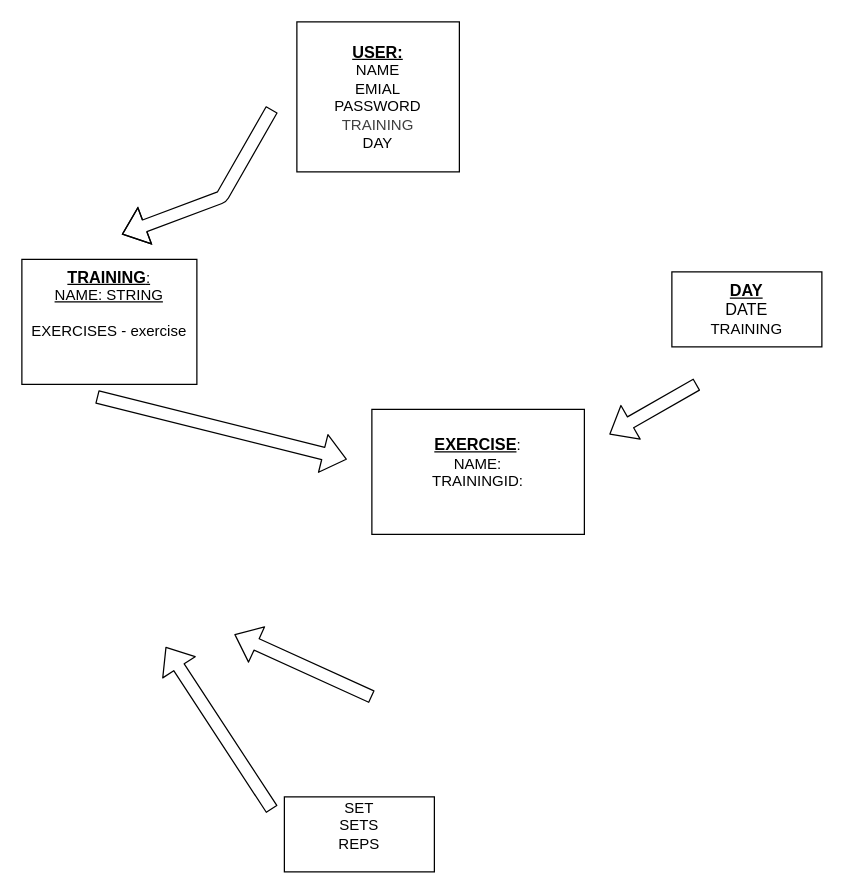
Before: db.drawio in Jaro111/gym_tracker_BE, a draw.io diagram. Source tidied: cells renumbered, new cells numbered last; positions are measured from the earlier drawing's top-left corner, leaving out a move shared by most shapes. Both pictures are drawn from the tidied source at 125%, with x=0, y=0 at pixel (21, 21).
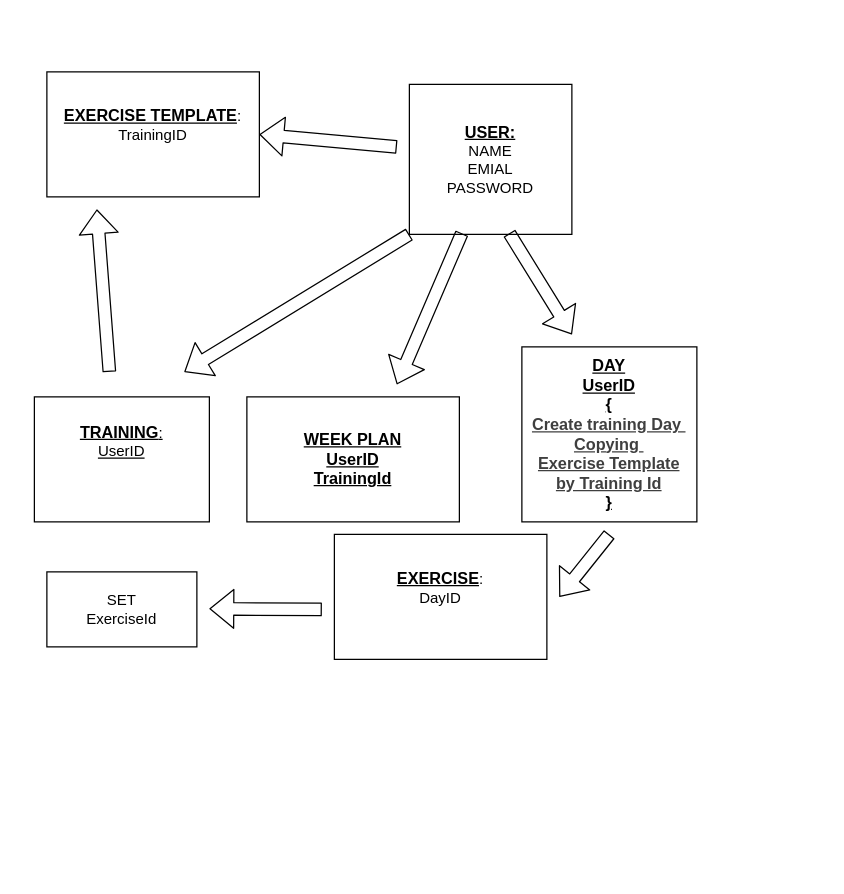
After the change.

Change to the diagram source:
```diff
@@
-    <mxCell id="2" value="&lt;u&gt;&lt;b&gt;&lt;font style=&quot;font-size: 13px;&quot;&gt;TRAINING&lt;/font&gt;&lt;/b&gt;:&lt;/u&gt;&lt;div&gt;&lt;u&gt;NAME: STRING&lt;/u&gt;&lt;/div&gt;&lt;div&gt;&lt;u&gt;&lt;br&gt;&lt;/u&gt;&lt;div&gt;EXERCISES - exercise&lt;/div&gt;&lt;div&gt;&lt;br&gt;&lt;/div&gt;&lt;div&gt;&lt;br&gt;&lt;/div&gt;&lt;/div&gt;" style="rounded=0;whiteSpace=wrap;html=1;" parent="1" vertex="1">
-      <mxGeometry y="190" width="140" height="100" as="geometry" />
+    <mxCell id="2" value="&lt;u&gt;&lt;b&gt;&lt;font style=&quot;font-size: 13px;&quot;&gt;TRAINING&lt;/font&gt;&lt;/b&gt;:&lt;/u&gt;&lt;div&gt;&lt;u&gt;UserID&lt;/u&gt;&lt;/div&gt;&lt;div&gt;&lt;div&gt;&lt;br&gt;&lt;/div&gt;&lt;div&gt;&lt;br&gt;&lt;/div&gt;&lt;/div&gt;" style="rounded=0;whiteSpace=wrap;html=1;" parent="1" vertex="1">
+      <mxGeometry x="10" y="300" width="140" height="100" as="geometry" />
     </mxCell>
-    <mxCell id="3" value="&lt;b&gt;&lt;u&gt;&lt;font style=&quot;font-size: 13px;&quot;&gt;DAY&lt;/font&gt;&lt;/u&gt;&lt;/b&gt;&lt;div&gt;&lt;span style=&quot;font-size: 13px;&quot;&gt;DATE&lt;br&gt;&lt;/span&gt;&lt;div&gt;&lt;font&gt;TRAINING&lt;/font&gt;&lt;/div&gt;&lt;/div&gt;" style="rounded=0;whiteSpace=wrap;html=1;" parent="1" vertex="1">
-      <mxGeometry x="520" y="200" width="120" height="60" as="geometry" />
+    <mxCell id="3" value="&lt;span style=&quot;font-size: 13px;&quot;&gt;&lt;b&gt;&lt;u&gt;DAY&lt;/u&gt;&lt;/b&gt;&lt;/span&gt;&lt;div&gt;&lt;span style=&quot;font-size: 13px;&quot;&gt;&lt;b&gt;&lt;u&gt;UserID&lt;/u&gt;&lt;/b&gt;&lt;/span&gt;&lt;/div&gt;&lt;div&gt;&lt;span style=&quot;font-size: 13px;&quot;&gt;&lt;b&gt;&lt;u&gt;{&lt;/u&gt;&lt;/b&gt;&lt;/span&gt;&lt;/div&gt;&lt;div&gt;&lt;div style=&quot;color: rgb(63, 63, 63); scrollbar-color: rgb(226, 226, 226) rgb(251, 251, 251);&quot;&gt;&lt;span style=&quot;color: rgb(63, 63, 63); scrollbar-color: rgb(226, 226, 226) rgb(251, 251, 251); font-size: 13px;&quot;&gt;&lt;b style=&quot;color: rgb(63, 63, 63); scrollbar-color: rgb(226, 226, 226) rgb(251, 251, 251);&quot;&gt;&lt;u style=&quot;color: rgb(63, 63, 63); scrollbar-color: rgb(226, 226, 226) rgb(251, 251, 251);&quot;&gt;Create training Day&amp;nbsp;&lt;/u&gt;&lt;/b&gt;&lt;/span&gt;&lt;/div&gt;&lt;div style=&quot;color: rgb(63, 63, 63); scrollbar-color: rgb(226, 226, 226) rgb(251, 251, 251);&quot;&gt;&lt;span style=&quot;color: rgb(63, 63, 63); scrollbar-color: rgb(226, 226, 226) rgb(251, 251, 251); font-size: 13px;&quot;&gt;&lt;b style=&quot;color: rgb(63, 63, 63); scrollbar-color: rgb(226, 226, 226) rgb(251, 251, 251);&quot;&gt;&lt;u style=&quot;color: rgb(63, 63, 63); scrollbar-color: rgb(226, 226, 226) rgb(251, 251, 251);&quot;&gt;Copying&amp;nbsp;&lt;/u&gt;&lt;/b&gt;&lt;/span&gt;&lt;/div&gt;&lt;div style=&quot;color: rgb(63, 63, 63); scrollbar-color: rgb(226, 226, 226) rgb(251, 251, 251);&quot;&gt;&lt;span style=&quot;color: rgb(63, 63, 63); scrollbar-color: rgb(226, 226, 226) rgb(251, 251, 251); font-size: 13px;&quot;&gt;&lt;b style=&quot;color: rgb(63, 63, 63); scrollbar-color: rgb(226, 226, 226) rgb(251, 251, 251);&quot;&gt;&lt;u style=&quot;color: rgb(63, 63, 63); scrollbar-color: rgb(226, 226, 226) rgb(251, 251, 251);&quot;&gt;Exercise Template&lt;/u&gt;&lt;/b&gt;&lt;/span&gt;&lt;/div&gt;&lt;div style=&quot;color: rgb(63, 63, 63); scrollbar-color: rgb(226, 226, 226) rgb(251, 251, 251);&quot;&gt;&lt;span style=&quot;color: rgb(63, 63, 63); scrollbar-color: rgb(226, 226, 226) rgb(251, 251, 251); font-size: 13px;&quot;&gt;&lt;b style=&quot;color: rgb(63, 63, 63); scrollbar-color: rgb(226, 226, 226) rgb(251, 251, 251);&quot;&gt;&lt;u style=&quot;color: rgb(63, 63, 63); scrollbar-color: rgb(226, 226, 226) rgb(251, 251, 251);&quot;&gt;by Training Id&lt;/u&gt;&lt;/b&gt;&lt;/span&gt;&lt;/div&gt;&lt;/div&gt;&lt;div&gt;&lt;span style=&quot;font-size: 13px;&quot;&gt;&lt;b&gt;&lt;u&gt;}&lt;/u&gt;&lt;/b&gt;&lt;/span&gt;&lt;/div&gt;" style="rounded=0;whiteSpace=wrap;html=1;" parent="1" vertex="1">
+      <mxGeometry x="400" y="260" width="140" height="140" as="geometry" />
     </mxCell>
-    <mxCell id="4" value="&lt;font style=&quot;font-size: 13px;&quot;&gt;&lt;b&gt;&lt;u&gt;EXERCISE&lt;/u&gt;&lt;/b&gt;&lt;/font&gt;:&lt;div&gt;&lt;span style=&quot;background-color: transparent;&quot;&gt;NAME:&lt;/span&gt;&lt;/div&gt;&lt;div&gt;&lt;span style=&quot;background-color: transparent;&quot;&gt;TRAININGID:&lt;/span&gt;&lt;/div&gt;&lt;div&gt;&lt;span style=&quot;background-color: transparent;&quot;&gt;&lt;br&gt;&lt;/span&gt;&lt;/div&gt;" style="rounded=0;whiteSpace=wrap;html=1;" parent="1" vertex="1">
-      <mxGeometry x="280" y="310" width="170" height="100" as="geometry" />
+    <mxCell id="4" value="&lt;font style=&quot;font-size: 13px;&quot;&gt;&lt;b&gt;&lt;u&gt;EXERCISE&lt;/u&gt;&lt;/b&gt;&lt;/font&gt;:&lt;div&gt;DayID&lt;/div&gt;&lt;div&gt;&lt;span style=&quot;background-color: transparent;&quot;&gt;&lt;br&gt;&lt;/span&gt;&lt;/div&gt;" style="rounded=0;whiteSpace=wrap;html=1;" parent="1" vertex="1">
+      <mxGeometry x="250" y="410" width="170" height="100" as="geometry" />
     </mxCell>
-    <mxCell id="5" value="&lt;b&gt;&lt;u&gt;&lt;font style=&quot;font-size: 13px;&quot;&gt;USER:&lt;/font&gt;&lt;/u&gt;&lt;/b&gt;&lt;div&gt;NAME&lt;/div&gt;&lt;div&gt;EMIAL&lt;/div&gt;&lt;div&gt;PASSWORD&lt;/div&gt;&lt;div&gt;&lt;span style=&quot;color: rgb(63, 63, 63);&quot;&gt;TRAINING&lt;/span&gt;&lt;/div&gt;&lt;div&gt;DAY&lt;/div&gt;" style="rounded=0;whiteSpace=wrap;html=1;" parent="1" vertex="1">
-      <mxGeometry x="220" width="130" height="120" as="geometry" />
+    <mxCell id="5" value="&lt;b&gt;&lt;u&gt;&lt;font style=&quot;font-size: 13px;&quot;&gt;USER:&lt;/font&gt;&lt;/u&gt;&lt;/b&gt;&lt;div&gt;NAME&lt;/div&gt;&lt;div&gt;EMIAL&lt;/div&gt;&lt;div&gt;PASSWORD&lt;/div&gt;" style="rounded=0;whiteSpace=wrap;html=1;" parent="1" vertex="1">
+      <mxGeometry x="310" y="50" width="130" height="120" as="geometry" />
     </mxCell>
-    <mxCell id="6" style="shape=flexArrow;endArrow=classic;html=1;" parent="1" edge="1">
+    <mxCell id="6" style="shape=flexArrow;endArrow=classic;html=1;exitX=0;exitY=1;exitDx=0;exitDy=0;" parent="1" edge="1" source="5">
       <mxGeometry relative="1" as="geometry">
-        <mxPoint x="200" y="70" as="sourcePoint" />
-        <mxPoint x="80" y="170" as="targetPoint" />
-        <Array as="points">
-          <mxPoint x="160" y="140" />
-        </Array>
+        <mxPoint x="130" y="280" as="targetPoint" />
       </mxGeometry>
     </mxCell>
     <mxCell id="7" style="shape=flexArrow;endArrow=classic;html=1;" parent="1" edge="1">
       <mxGeometry relative="1" as="geometry">
-        <mxPoint x="60" y="300" as="sourcePoint" />
-        <mxPoint x="260" y="350" as="targetPoint" />
+        <mxPoint x="300" y="100" as="sourcePoint" />
+        <mxPoint x="190" y="90" as="targetPoint" />
       </mxGeometry>
     </mxCell>
     <mxCell id="8" style="shape=flexArrow;endArrow=classic;html=1;" parent="1" edge="1">
       <mxGeometry relative="1" as="geometry">
-        <mxPoint x="540" y="290" as="sourcePoint" />
-        <mxPoint x="470" y="330" as="targetPoint" />
+        <mxPoint x="470" y="410" as="sourcePoint" />
+        <mxPoint x="430" y="460" as="targetPoint" />
       </mxGeometry>
     </mxCell>
-    <mxCell id="9" style="shape=flexArrow;endArrow=classic;html=1;" parent="1" edge="1">
+    <mxCell id="9" style="shape=flexArrow;endArrow=classic;html=1;exitX=0.323;exitY=0.992;exitDx=0;exitDy=0;exitPerimeter=0;" parent="1" edge="1" source="5">
       <mxGeometry relative="1" as="geometry">
-        <mxPoint x="280" y="540" as="sourcePoint" />
-        <mxPoint x="170" y="490" as="targetPoint" />
+        <mxPoint x="300" y="290" as="targetPoint" />
       </mxGeometry>
     </mxCell>
-    <mxCell id="10" style="shape=flexArrow;endArrow=classic;html=1;" parent="1" edge="1">
+    <mxCell id="10" style="shape=flexArrow;endArrow=classic;html=1;exitX=0.615;exitY=0.992;exitDx=0;exitDy=0;exitPerimeter=0;" parent="1" edge="1" source="5">
       <mxGeometry relative="1" as="geometry">
-        <mxPoint x="200" y="630" as="sourcePoint" />
-        <mxPoint x="115" y="500" as="targetPoint" />
+        <mxPoint x="440" y="250" as="targetPoint" />
       </mxGeometry>
     </mxCell>
-    <mxCell id="11" value="SET&lt;div&gt;&lt;font color=&quot;#000000&quot;&gt;SETS&lt;br&gt;&lt;/font&gt;&lt;div&gt;REPS&lt;/div&gt;&lt;div&gt;&lt;br&gt;&lt;/div&gt;&lt;/div&gt;" style="rounded=0;whiteSpace=wrap;html=1;" parent="1" vertex="1">
-      <mxGeometry x="210" y="620" width="120" height="60" as="geometry" />
+    <mxCell id="11" value="&lt;div&gt;&lt;div&gt;SET&lt;/div&gt;&lt;/div&gt;&lt;div&gt;ExerciseId&lt;/div&gt;" style="rounded=0;whiteSpace=wrap;html=1;" parent="1" vertex="1">
+      <mxGeometry x="20" y="440" width="120" height="60" as="geometry" />
     </mxCell>
+    <mxCell id="12" value="&lt;div&gt;&lt;span style=&quot;background-color: transparent; font-size: 13px;&quot;&gt;&lt;b&gt;&lt;u&gt;WEEK PLAN&lt;/u&gt;&lt;/b&gt;&lt;/span&gt;&lt;/div&gt;&lt;div&gt;&lt;span style=&quot;background-color: transparent; font-size: 13px;&quot;&gt;&lt;b&gt;&lt;u&gt;UserID&lt;/u&gt;&lt;/b&gt;&lt;/span&gt;&lt;/div&gt;&lt;div&gt;&lt;span style=&quot;background-color: transparent; font-size: 13px;&quot;&gt;&lt;b&gt;&lt;u&gt;TrainingId&lt;/u&gt;&lt;/b&gt;&lt;/span&gt;&lt;/div&gt;" style="rounded=0;whiteSpace=wrap;html=1;" parent="1" vertex="1">
+      <mxGeometry x="180" y="300" width="170" height="100" as="geometry" />
+    </mxCell>
+    <mxCell id="13" value="&lt;font style=&quot;font-size: 13px;&quot;&gt;&lt;b&gt;&lt;u&gt;EXERCISE TEMPLATE&lt;/u&gt;&lt;/b&gt;&lt;/font&gt;:&lt;div&gt;TrainingID&lt;/div&gt;&lt;div&gt;&lt;span style=&quot;background-color: transparent;&quot;&gt;&lt;br&gt;&lt;/span&gt;&lt;/div&gt;" style="rounded=0;whiteSpace=wrap;html=1;" parent="1" vertex="1">
+      <mxGeometry x="20" y="40" width="170" height="100" as="geometry" />
+    </mxCell>
+    <mxCell id="14" style="shape=flexArrow;endArrow=classic;html=1;" parent="1" edge="1">
+      <mxGeometry relative="1" as="geometry">
+        <mxPoint x="70" y="280" as="sourcePoint" />
+        <mxPoint x="60" y="150" as="targetPoint" />
+      </mxGeometry>
+    </mxCell>
+    <mxCell id="15" style="shape=flexArrow;endArrow=classic;html=1;" parent="1" edge="1">
+      <mxGeometry relative="1" as="geometry">
+        <mxPoint x="240" y="470" as="sourcePoint" />
+        <mxPoint x="150" y="469.5" as="targetPoint" />
+      </mxGeometry>
+    </mxCell>
```
